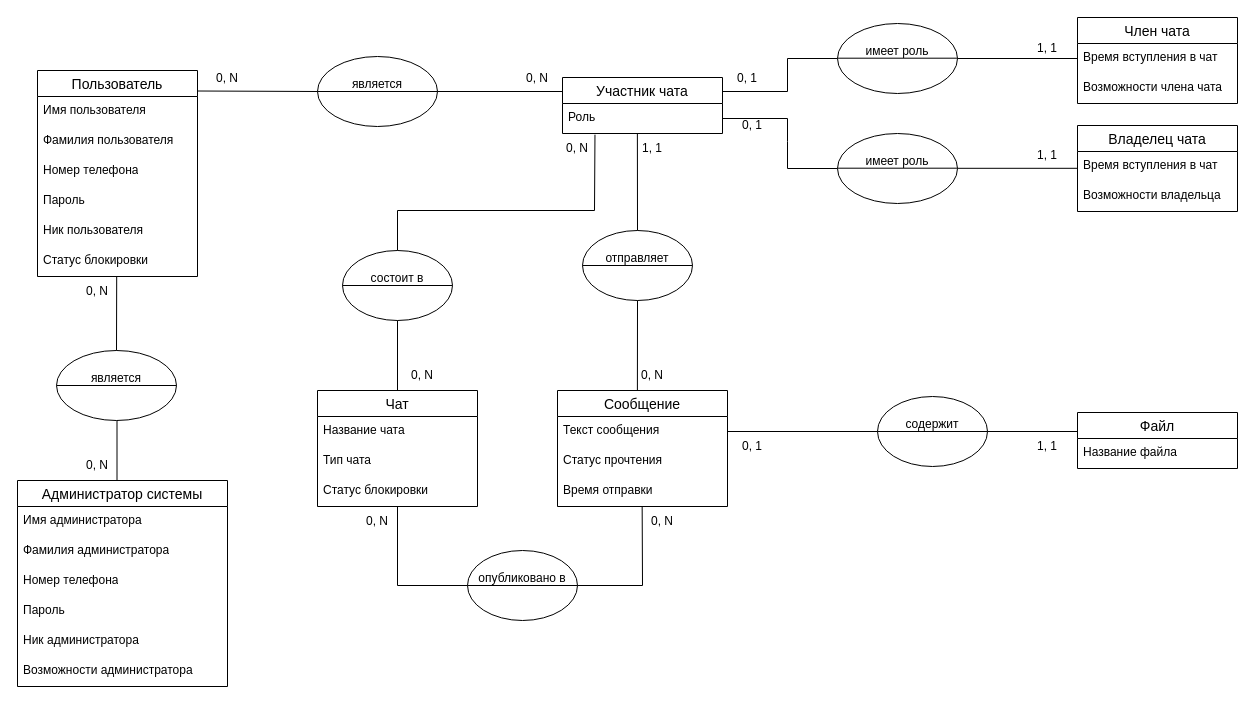
Earlier version of the draw.io diagram ER диаграмма.drawio (marsek4/database). Source tidied: cells renumbered, new cells numbered last; positions are measured from the earlier drawing's top-left corner, leaving out a move shared by most shapes. Both pictures are drawn from the tidied source at 100%, with x=0, y=0 at pixel (17, 17).
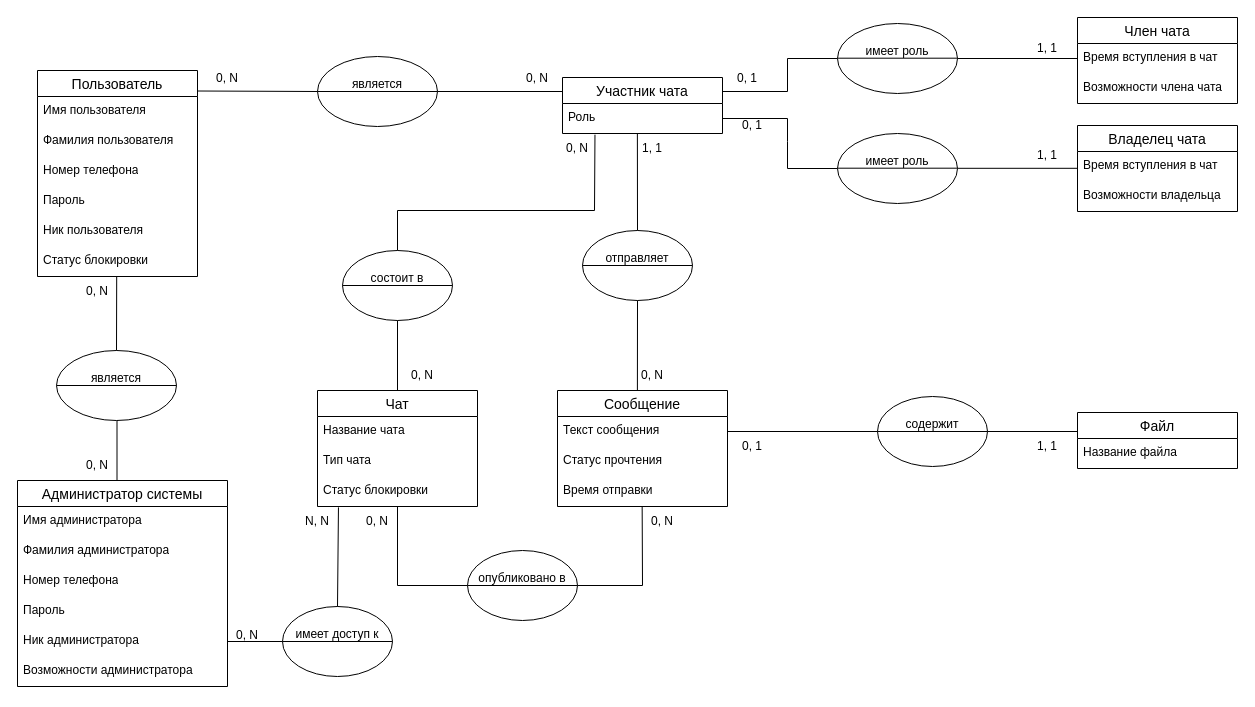
The same page after the edit.

The change refers to these unchanged cells:
```xml
<mxCell id="18" value="Ник&amp;nbsp;&lt;span style=&quot;text-align: center; text-wrap: nowrap;&quot;&gt;&lt;font style=&quot;font-size: 12px;&quot;&gt;администратора&lt;/font&gt;&lt;/span&gt;" style="text;strokeColor=none;fillColor=none;spacingLeft=4;spacingRight=4;overflow=hidden;points=[[0,0.5],[1,0.5]];portConstraint=eastwest;fontSize=12;whiteSpace=wrap;html=1;" parent="13" vertex="1">
  <mxGeometry y="146" width="210" height="30" as="geometry" />
</mxCell>
<mxCell id="59" value="Статус блокировки" style="text;strokeColor=none;fillColor=none;spacingLeft=4;spacingRight=4;overflow=hidden;points=[[0,0.5],[1,0.5]];portConstraint=eastwest;fontSize=12;whiteSpace=wrap;html=1;" parent="56" vertex="1">
  <mxGeometry y="86" width="160" height="30" as="geometry" />
</mxCell>
```

Change to the diagram source:
```diff
@@
+    <mxCell id="82" value="&lt;div&gt;имеет доступ к&lt;br&gt;&lt;br&gt;&lt;/div&gt;" style="ellipse;whiteSpace=wrap;html=1;" parent="1" vertex="1">
+      <mxGeometry x="265" y="589" width="110" height="70" as="geometry" />
+    </mxCell>
+    <mxCell id="83" style="endArrow=none;html=1;rounded=0;exitX=0;exitY=0.5;exitDx=0;exitDy=0;entryX=1;entryY=0.5;entryDx=0;entryDy=0;" parent="1" edge="1" source="82" target="82">
+      <mxGeometry relative="1" as="geometry" />
+    </mxCell>
+    <mxCell id="84" style="endArrow=none;html=1;rounded=0;exitX=1;exitY=0.5;exitDx=0;exitDy=0;entryX=0;entryY=0.5;entryDx=0;entryDy=0;" parent="1" edge="1" source="18" target="82">
+      <mxGeometry relative="1" as="geometry" />
+    </mxCell>
+    <mxCell id="85" style="endArrow=none;html=1;rounded=0;exitX=0.5;exitY=0;exitDx=0;exitDy=0;entryX=0.131;entryY=1.029;entryDx=0;entryDy=0;entryPerimeter=0;" parent="1" edge="1" source="82" target="59">
+      <mxGeometry relative="1" as="geometry" />
+    </mxCell>
+    <mxCell id="86" value="0, N" style="text;html=1;align=center;verticalAlign=middle;whiteSpace=wrap;rounded=0;" parent="1" vertex="1">
+      <mxGeometry x="200" y="603" width="60" height="30" as="geometry" />
+    </mxCell>
+    <mxCell id="87" value="N, N" style="text;html=1;align=center;verticalAlign=middle;whiteSpace=wrap;rounded=0;" parent="1" vertex="1">
+      <mxGeometry x="270" y="489" width="60" height="30" as="geometry" />
+    </mxCell>
```
